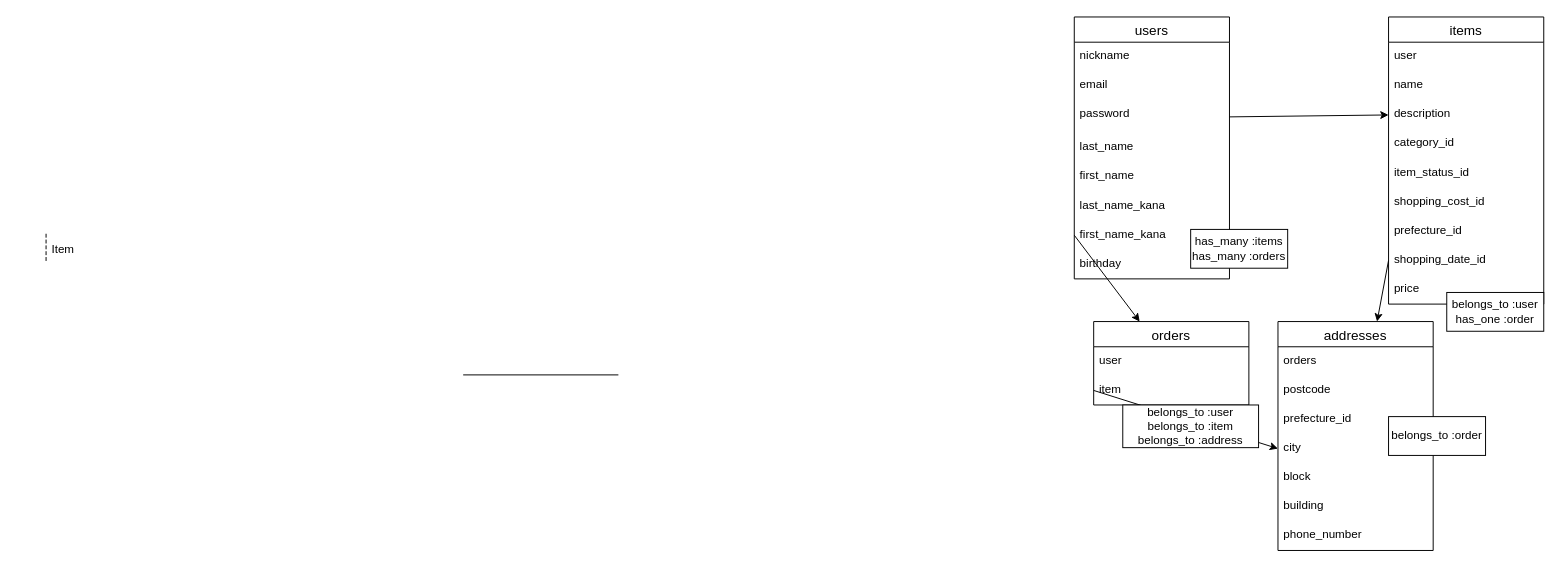
Earlier version of the draw.io diagram test.dio (HoneyTgs/furima-38290). Source tidied: cells renumbered, new cells numbered last; positions are measured from the earlier drawing's top-left corner, leaving out a move shared by most shapes. Both pictures are drawn from the tidied source at 97%, with x=0, y=0 at pixel (16, 16).
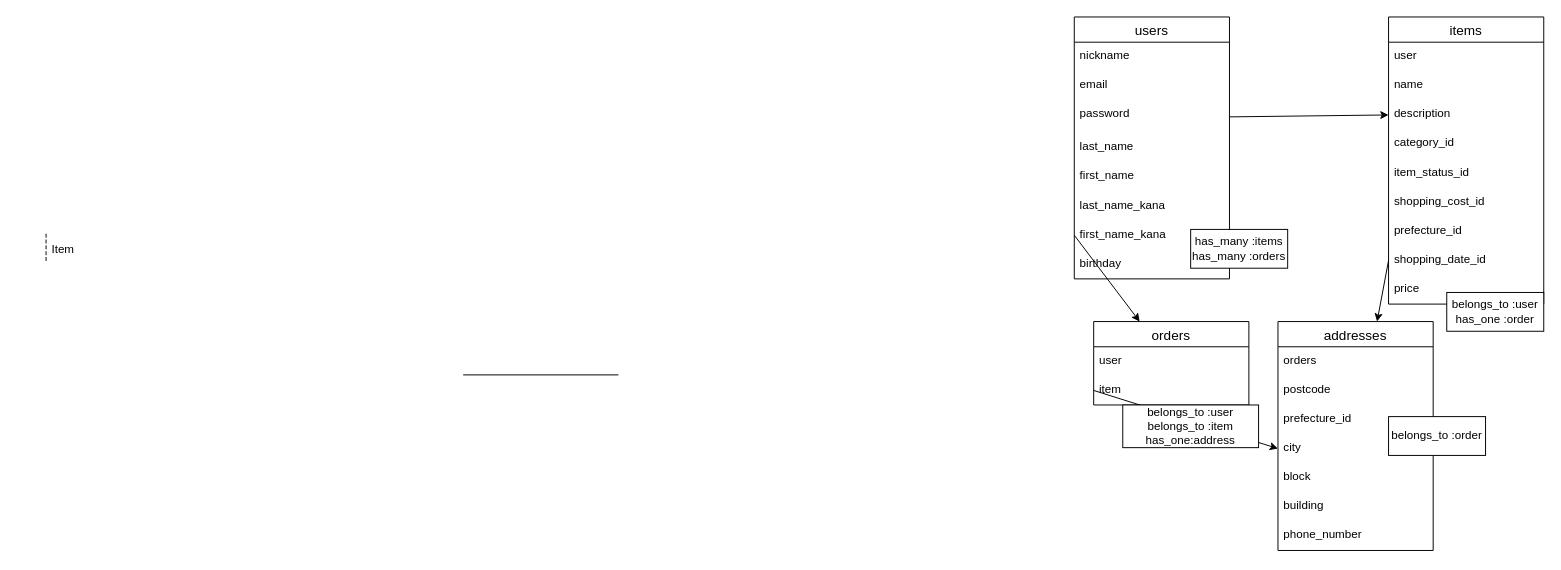
The same page after the edit.

What changed in the source:
```diff
@@
-    <mxCell id="42" value="belongs_to :user&lt;br&gt;belongs_to :item&lt;br&gt;belongs_to :address" style="whiteSpace=wrap;html=1;align=center;" parent="1" vertex="1">
+    <mxCell id="42" value="belongs_to :user&lt;br&gt;belongs_to :item&lt;br&gt;has_one:address" style="whiteSpace=wrap;html=1;align=center;" parent="1" vertex="1">
       <mxGeometry x="1140" y="400" width="140" height="44" as="geometry" />
     </mxCell>
```
